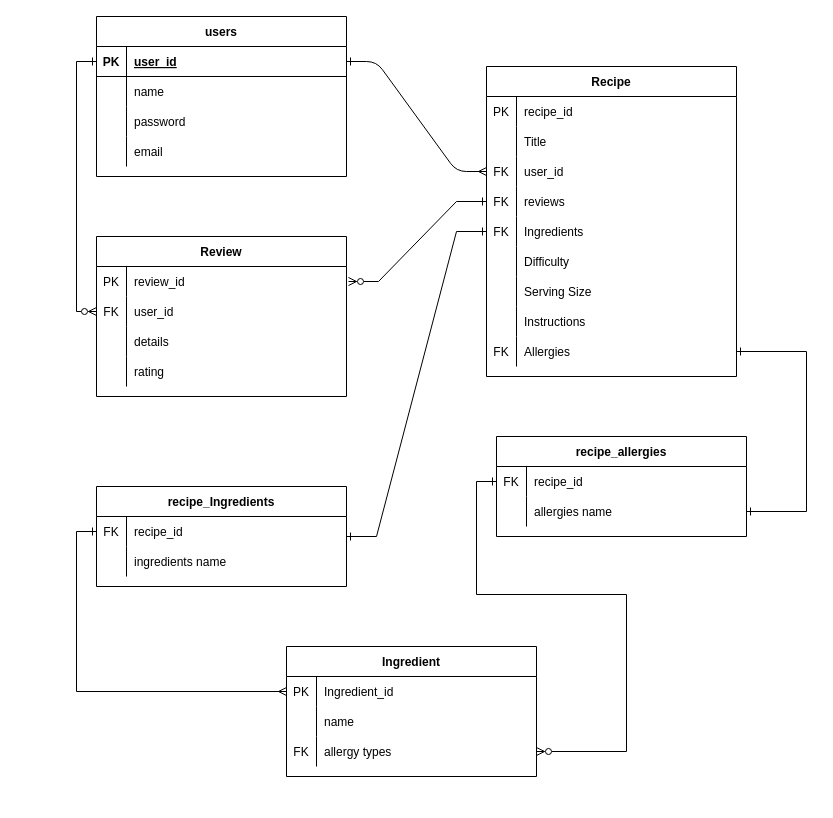
Before: docs/Recipe_api.drawio in BenDavies1218/BenjaminDavies_T2A2, a draw.io diagram. Source tidied: cells renumbered, new cells numbered last; positions are measured from the earlier drawing's top-left corner, leaving out a move shared by most shapes. Both pictures are drawn from the tidied source at 100%, with x=0, y=0 at pixel (96, 16).
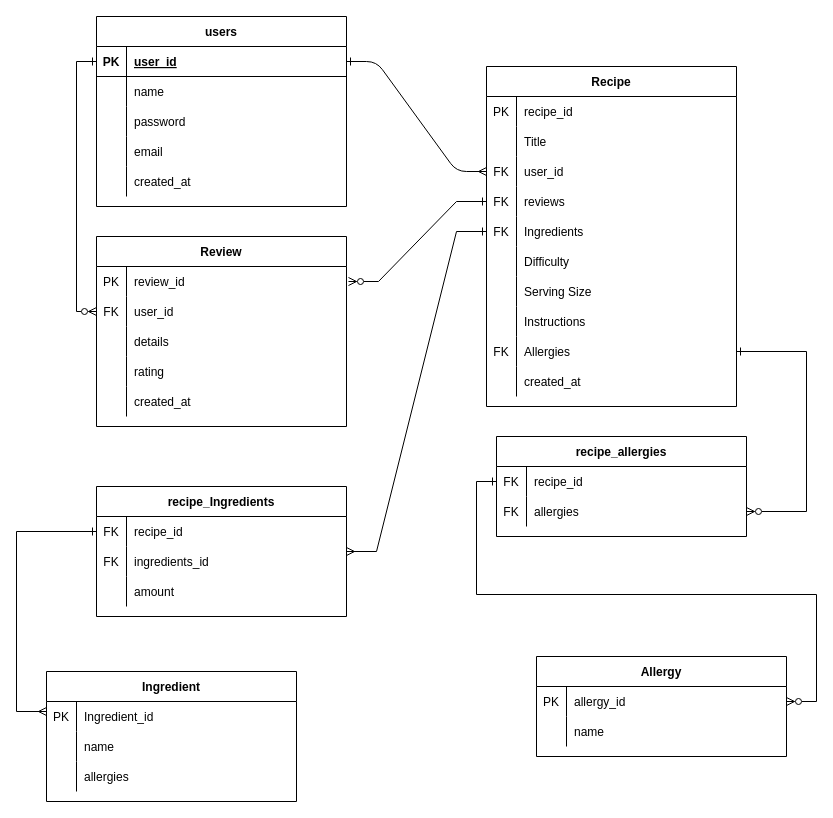
After the change.

Commit message (it also covers changes not shown here):
User model and schema

Unchanged cells that the change refers to:
```xml
<mxCell id="16" style="shape=partialRectangle;fillColor=none;points=[[0,0.5],[1,0.5]];portConstraint=eastwest;top=0;left=0;right=0;bottom=0;" parent="3" vertex="1">
  <mxGeometry y="150" width="250" height="30" as="geometry" />
</mxCell>
<mxCell id="28" style="shape=partialRectangle;fillColor=none;points=[[0,0.5],[1,0.5]];portConstraint=eastwest;top=0;left=0;right=0;bottom=0;" parent="3" vertex="1">
  <mxGeometry y="270" width="250" height="30" as="geometry" />
</mxCell>
<mxCell id="61" style="shape=partialRectangle;fillColor=none;points=[[0,0.5],[1,0.5]];portConstraint=eastwest;top=0;left=0;right=0;bottom=0;" parent="60" vertex="1">
  <mxGeometry y="30" width="250" height="30" as="geometry" />
</mxCell>
<mxCell id="64" style="shape=partialRectangle;fillColor=none;points=[[0,0.5],[1,0.5]];portConstraint=eastwest;top=0;left=0;right=0;bottom=0;" parent="60" vertex="1">
  <mxGeometry y="60" width="250" height="30" as="geometry" />
</mxCell>
<mxCell id="70" style="shape=partialRectangle;fillColor=none;points=[[0,0.5],[1,0.5]];portConstraint=eastwest;top=0;left=0;right=0;bottom=0;" parent="69" vertex="1">
  <mxGeometry y="30" width="250" height="30" as="geometry" />
</mxCell>
<mxCell id="81" style="shape=partialRectangle;fillColor=none;points=[[0,0.5],[1,0.5]];portConstraint=eastwest;top=0;left=0;right=0;bottom=0;" parent="80" vertex="1">
  <mxGeometry y="30" width="250" height="30" as="geometry" />
</mxCell>
<mxCell id="84" style="shape=partialRectangle;fillColor=none;top=0;left=0;right=0;bottom=0;" parent="80" vertex="1">
  <mxGeometry y="60" width="250" height="30" as="geometry" />
</mxCell>
```

The edit, as a diff of the source:
```diff
@@
     <mxCell id="3" value="Recipe" style="shape=table;startSize=30;childLayout=tableLayout;rowLines=0;fontStyle=1;align=center;" parent="1" vertex="1">
-      <mxGeometry x="390" y="50" width="250" height="310" as="geometry" />
+      <mxGeometry x="390" y="50" width="250" height="340" as="geometry" />
     </mxCell>
@@
+    <mxCell id="87" style="shape=partialRectangle;fillColor=none;top=0;left=0;right=0;bottom=0;" parent="3" vertex="1">
+      <mxGeometry y="300" width="250" height="30" as="geometry" />
+    </mxCell>
+    <mxCell id="88" style="shape=partialRectangle;overflow=hidden;fillColor=none;top=0;left=0;bottom=0;right=0;" parent="87" vertex="1">
+      <mxGeometry width="30" height="30" as="geometry" />
+    </mxCell>
+    <mxCell id="89" value="created_at" style="shape=partialRectangle;overflow=hidden;fillColor=none;top=0;left=0;bottom=0;right=0;align=left;spacingLeft=6;" parent="87" vertex="1">
+      <mxGeometry x="30" width="220" height="30" as="geometry" />
+    </mxCell>
     <mxCell id="31" value="users" style="shape=table;startSize=30;childLayout=tableLayout;rowLines=0;fontStyle=1;align=center;" parent="1" vertex="1">
-      <mxGeometry width="250" height="160" as="geometry" />
+      <mxGeometry width="250" height="190" as="geometry" />
     </mxCell>
@@
+    <mxCell id="90" style="shape=partialRectangle;fillColor=none;top=0;left=0;right=0;bottom=0;" parent="31" vertex="1">
+      <mxGeometry y="150" width="250" height="30" as="geometry" />
+    </mxCell>
+    <mxCell id="91" style="shape=partialRectangle;overflow=hidden;fillColor=none;top=0;left=0;bottom=0;right=0;" parent="90" vertex="1">
+      <mxGeometry width="30" height="30" as="geometry" />
+    </mxCell>
+    <mxCell id="92" value="created_at" style="shape=partialRectangle;overflow=hidden;fillColor=none;top=0;left=0;bottom=0;right=0;align=left;spacingLeft=6;" parent="90" vertex="1">
+      <mxGeometry x="30" width="220" height="30" as="geometry" />
+    </mxCell>
-    <mxCell id="44" style="edgeStyle=entityRelationEdgeStyle;rounded=0;jettySize=auto;html=1;entryX=0;entryY=0.5;entryDx=0;entryDy=0;startArrow=ERone;startFill=0;endArrow=ERone;endFill=0;" parent="1" edge="1" source="80" target="16">
+    <mxCell id="44" style="edgeStyle=entityRelationEdgeStyle;rounded=0;jettySize=auto;html=1;entryX=0;entryY=0.5;entryDx=0;entryDy=0;startArrow=ERmany;startFill=0;endArrow=ERone;endFill=0;" parent="1" edge="1" source="80" target="16">
       <mxGeometry relative="1" as="geometry" />
     </mxCell>
     <mxCell id="45" value="Review" style="shape=table;startSize=30;childLayout=tableLayout;rowLines=0;fontStyle=1;align=center;" parent="1" vertex="1">
-      <mxGeometry y="220" width="250" height="160" as="geometry" />
+      <mxGeometry y="220" width="250" height="190" as="geometry" />
     </mxCell>
@@
+    <mxCell id="93" style="shape=partialRectangle;fillColor=none;top=0;left=0;right=0;bottom=0;" parent="45" vertex="1">
+      <mxGeometry y="150" width="250" height="30" as="geometry" />
+    </mxCell>
+    <mxCell id="94" style="shape=partialRectangle;overflow=hidden;fillColor=none;top=0;left=0;bottom=0;right=0;" parent="93" vertex="1">
+      <mxGeometry width="30" height="30" as="geometry" />
+    </mxCell>
+    <mxCell id="95" value="created_at" style="shape=partialRectangle;overflow=hidden;fillColor=none;top=0;left=0;bottom=0;right=0;align=left;spacingLeft=6;" parent="93" vertex="1">
+      <mxGeometry x="30" width="220" height="30" as="geometry" />
+    </mxCell>
@@
-    <mxCell id="65" style="shape=partialRectangle;overflow=hidden;fillColor=none;top=0;left=0;bottom=0;right=0;" parent="64" vertex="1">
+    <mxCell id="65" value="FK" style="shape=partialRectangle;overflow=hidden;fillColor=none;top=0;left=0;bottom=0;right=0;" parent="64" vertex="1">
       <mxGeometry width="30" height="30" as="geometry" />
     </mxCell>
-    <mxCell id="66" value="allergies name" style="shape=partialRectangle;overflow=hidden;fillColor=none;top=0;left=0;bottom=0;right=0;align=left;spacingLeft=6;" parent="64" vertex="1">
+    <mxCell id="66" value="allergies" style="shape=partialRectangle;overflow=hidden;fillColor=none;top=0;left=0;bottom=0;right=0;align=left;spacingLeft=6;" parent="64" vertex="1">
       <mxGeometry x="30" width="220" height="30" as="geometry" />
     </mxCell>
-    <mxCell id="67" style="edgeStyle=orthogonalEdgeStyle;rounded=0;jettySize=auto;html=1;entryX=1;entryY=0.5;entryDx=0;entryDy=0;exitX=1;exitY=0.5;exitDx=0;exitDy=0;startArrow=ERone;startFill=0;endArrow=ERone;endFill=0;" parent="1" edge="1" source="28" target="64">
+    <mxCell id="67" style="edgeStyle=orthogonalEdgeStyle;rounded=0;jettySize=auto;html=1;entryX=1;entryY=0.5;entryDx=0;entryDy=0;exitX=1;exitY=0.5;exitDx=0;exitDy=0;startArrow=ERone;startFill=0;endArrow=ERzeroToMany;endFill=0;" parent="1" edge="1" source="28" target="64">
       <mxGeometry relative="1" as="geometry">
         <Array as="points">
           <mxPoint x="710" y="335" />
           <mxPoint x="710" y="495" />
         </Array>
       </mxGeometry>
     </mxCell>
-    <mxCell id="68" style="edgeStyle=orthogonalEdgeStyle;rounded=0;jettySize=auto;html=1;entryX=0;entryY=0.5;entryDx=0;entryDy=0;startArrow=ERzeroToMany;startFill=0;endArrow=ERone;endFill=0;exitX=1;exitY=0.5;exitDx=0;exitDy=0;" parent="1" edge="1" source="76" target="61">
+    <mxCell id="68" style="edgeStyle=orthogonalEdgeStyle;rounded=0;jettySize=auto;html=1;entryX=0;entryY=0.5;entryDx=0;entryDy=0;startArrow=ERzeroToMany;startFill=0;endArrow=ERone;endFill=0;exitX=1;exitY=0.5;exitDx=0;exitDy=0;" parent="1" edge="1" source="103" target="61">
       <mxGeometry relative="1" as="geometry">
         <Array as="points">
-          <mxPoint x="530" y="735" />
-          <mxPoint x="530" y="578" />
+          <mxPoint x="720" y="685" />
+          <mxPoint x="720" y="578" />
           <mxPoint x="380" y="578" />
           <mxPoint x="380" y="465" />
         </Array>
       </mxGeometry>
     </mxCell>
     <mxCell id="69" value="Ingredient" style="shape=table;startSize=30;childLayout=tableLayout;rowLines=0;fontStyle=1;align=center;" parent="1" vertex="1">
-      <mxGeometry x="190" y="630" width="250" height="130" as="geometry" />
+      <mxGeometry x="-50" y="655" width="250" height="130" as="geometry" />
     </mxCell>
@@
-    <mxCell id="76" style="shape=partialRectangle;fillColor=none;points=[[0,0.5],[1,0.5]];portConstraint=eastwest;top=0;left=0;right=0;bottom=0;" parent="69" vertex="1">
-      <mxGeometry y="90" width="250" height="30" as="geometry" />
-    </mxCell>
-    <mxCell id="77" value="FK" style="shape=partialRectangle;overflow=hidden;fillColor=none;top=0;left=0;bottom=0;right=0;" parent="76" vertex="1">
-      <mxGeometry width="30" height="30" as="geometry" />
-    </mxCell>
-    <mxCell id="78" value="allergy types" style="shape=partialRectangle;overflow=hidden;fillColor=none;top=0;left=0;bottom=0;right=0;align=left;spacingLeft=6;" parent="76" vertex="1">
-      <mxGeometry x="30" width="220" height="30" as="geometry" />
-    </mxCell>
+    <mxCell id="96" style="shape=partialRectangle;fillColor=none;top=0;left=0;right=0;bottom=0;" parent="69" vertex="1">
+      <mxGeometry y="90" width="250" height="30" as="geometry" />
+    </mxCell>
+    <mxCell id="97" style="shape=partialRectangle;overflow=hidden;fillColor=none;top=0;left=0;bottom=0;right=0;" parent="96" vertex="1">
+      <mxGeometry width="30" height="30" as="geometry" />
+    </mxCell>
+    <mxCell id="98" value="allergies" style="shape=partialRectangle;overflow=hidden;fillColor=none;top=0;left=0;bottom=0;right=0;align=left;spacingLeft=6;" parent="96" vertex="1">
+      <mxGeometry x="30" width="220" height="30" as="geometry" />
+    </mxCell>
     <mxCell id="79" style="edgeStyle=orthogonalEdgeStyle;rounded=0;jettySize=auto;html=1;entryX=0;entryY=0.5;entryDx=0;entryDy=0;endArrow=ERone;endFill=0;startArrow=ERmany;startFill=0;" parent="1" edge="1" source="70" target="81">
-      <mxGeometry relative="1" as="geometry" />
+      <mxGeometry relative="1" as="geometry">
+        <Array as="points">
+          <mxPoint x="-80" y="695" />
+          <mxPoint x="-80" y="515" />
+        </Array>
+      </mxGeometry>
     </mxCell>
     <mxCell id="80" value="recipe_Ingredients" style="shape=table;startSize=30;childLayout=tableLayout;rowLines=0;fontStyle=1;align=center;" parent="1" vertex="1">
-      <mxGeometry y="470" width="250" height="100" as="geometry" />
+      <mxGeometry y="470" width="250" height="130" as="geometry" />
     </mxCell>
@@
-    <mxCell id="85" style="shape=partialRectangle;overflow=hidden;fillColor=none;top=0;left=0;bottom=0;right=0;" parent="84" vertex="1">
+    <mxCell id="85" value="FK" style="shape=partialRectangle;overflow=hidden;fillColor=none;top=0;left=0;bottom=0;right=0;" parent="84" vertex="1">
       <mxGeometry width="30" height="30" as="geometry" />
     </mxCell>
-    <mxCell id="86" value="ingredients name" style="shape=partialRectangle;overflow=hidden;fillColor=none;top=0;left=0;bottom=0;right=0;align=left;spacingLeft=6;" parent="84" vertex="1">
+    <mxCell id="86" value="ingredients_id" style="shape=partialRectangle;overflow=hidden;fillColor=none;top=0;left=0;bottom=0;right=0;align=left;spacingLeft=6;" parent="84" vertex="1">
       <mxGeometry x="30" width="220" height="30" as="geometry" />
     </mxCell>
+    <mxCell id="99" style="shape=partialRectangle;fillColor=none;top=0;left=0;right=0;bottom=0;" parent="80" vertex="1">
+      <mxGeometry y="90" width="250" height="30" as="geometry" />
+    </mxCell>
+    <mxCell id="100" style="shape=partialRectangle;overflow=hidden;fillColor=none;top=0;left=0;bottom=0;right=0;" parent="99" vertex="1">
+      <mxGeometry width="30" height="30" as="geometry" />
+    </mxCell>
+    <mxCell id="101" value="amount" style="shape=partialRectangle;overflow=hidden;fillColor=none;top=0;left=0;bottom=0;right=0;align=left;spacingLeft=6;" parent="99" vertex="1">
+      <mxGeometry x="30" width="220" height="30" as="geometry" />
+    </mxCell>
+    <mxCell id="102" value="Allergy" style="shape=table;startSize=30;childLayout=tableLayout;rowLines=0;fontStyle=1;align=center;" parent="1" vertex="1">
+      <mxGeometry x="440" y="640" width="250" height="100" as="geometry" />
+    </mxCell>
+    <mxCell id="103" style="shape=partialRectangle;fillColor=none;points=[[0,0.5],[1,0.5]];portConstraint=eastwest;top=0;left=0;right=0;bottom=0;" parent="102" vertex="1">
+      <mxGeometry y="30" width="250" height="30" as="geometry" />
+    </mxCell>
+    <mxCell id="104" value="PK" style="shape=partialRectangle;overflow=hidden;fillColor=none;top=0;left=0;bottom=0;right=0;" parent="103" vertex="1">
+      <mxGeometry width="30" height="30" as="geometry" />
+    </mxCell>
+    <mxCell id="105" value="allergy_id" style="shape=partialRectangle;overflow=hidden;fillColor=none;top=0;left=0;bottom=0;right=0;align=left;spacingLeft=6;" parent="103" vertex="1">
+      <mxGeometry x="30" width="220" height="30" as="geometry" />
+    </mxCell>
+    <mxCell id="106" style="shape=partialRectangle;fillColor=none;top=0;left=0;right=0;bottom=0;" parent="102" vertex="1">
+      <mxGeometry y="60" width="250" height="30" as="geometry" />
+    </mxCell>
+    <mxCell id="107" style="shape=partialRectangle;overflow=hidden;fillColor=none;top=0;left=0;bottom=0;right=0;" parent="106" vertex="1">
+      <mxGeometry width="30" height="30" as="geometry" />
+    </mxCell>
+    <mxCell id="108" value="name" style="shape=partialRectangle;overflow=hidden;fillColor=none;top=0;left=0;bottom=0;right=0;align=left;spacingLeft=6;" parent="106" vertex="1">
+      <mxGeometry x="30" width="220" height="30" as="geometry" />
+    </mxCell>
```
